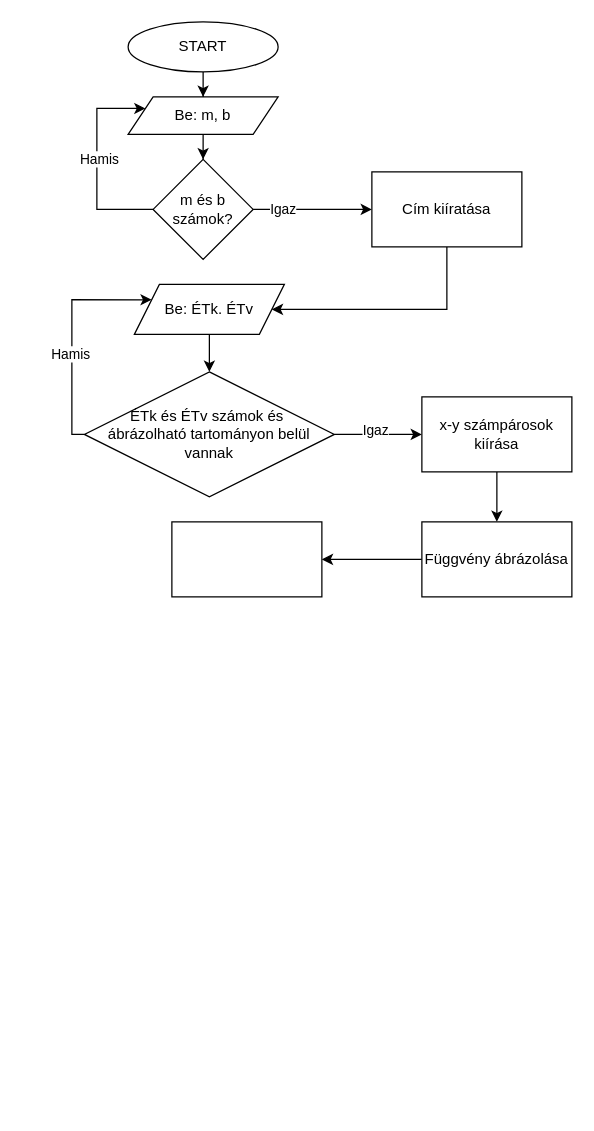
This is elsofoku.drawio from Szirmill/szirmill.github.io, a draw.io file, before an edit. Source tidied: cells renumbered, new cells numbered last; positions are measured from the earlier drawing's top-left corner, leaving out a move shared by most shapes. Both pictures are drawn from the tidied source at 125%, with x=0, y=0 at pixel (71, 21).
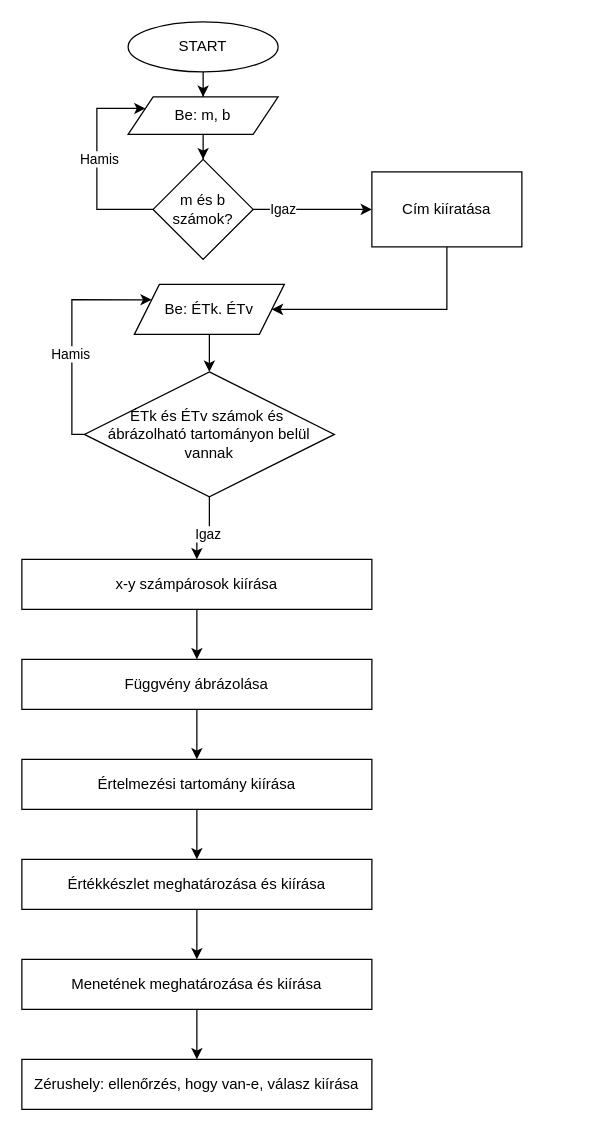
The same diagram, later.

What changed in the source:
```diff
@@
     <mxCell id="19" value="x-y számpárosok kiírása" style="whiteSpace=wrap;html=1;" parent="1" vertex="1">
-      <mxGeometry x="280" y="300" width="120" height="60" as="geometry" />
+      <mxGeometry x="-40" y="430" width="280" height="40" as="geometry" />
     </mxCell>
@@
     <mxCell id="23" value="Függvény ábrázolása" style="whiteSpace=wrap;html=1;" parent="1" vertex="1">
-      <mxGeometry x="280" y="400" width="120" height="60" as="geometry" />
+      <mxGeometry x="-40" y="510" width="280" height="40" as="geometry" />
     </mxCell>
+    <mxCell id="25" style="edgeStyle=orthogonalEdgeStyle;rounded=0;jettySize=auto;html=1;" parent="1" edge="1" source="24" target="27">
+      <mxGeometry relative="1" as="geometry" />
+    </mxCell>
-    <mxCell id="24" style="whiteSpace=wrap;html=1;" parent="1" vertex="1">
-      <mxGeometry x="80" y="400" width="120" height="60" as="geometry" />
+    <mxCell id="24" value="Értelmezési tartomány kiírása" style="whiteSpace=wrap;html=1;" parent="1" vertex="1">
+      <mxGeometry x="-40" y="590" width="280" height="40" as="geometry" />
     </mxCell>
+    <mxCell id="26" style="edgeStyle=orthogonalEdgeStyle;rounded=0;jettySize=auto;html=1;" parent="1" edge="1" source="27" target="29">
+      <mxGeometry relative="1" as="geometry" />
+    </mxCell>
+    <mxCell id="27" value="Értékkészlet meghatározása és kiírása" style="whiteSpace=wrap;html=1;" parent="1" vertex="1">
+      <mxGeometry x="-40" y="670" width="280" height="40" as="geometry" />
+    </mxCell>
+    <mxCell id="28" style="edgeStyle=orthogonalEdgeStyle;rounded=0;jettySize=auto;html=1;" parent="1" edge="1" source="29" target="30">
+      <mxGeometry relative="1" as="geometry" />
+    </mxCell>
+    <mxCell id="29" value="Menetének meghatározása és kiírása" style="whiteSpace=wrap;html=1;" parent="1" vertex="1">
+      <mxGeometry x="-40" y="750" width="280" height="40" as="geometry" />
+    </mxCell>
+    <mxCell id="30" value="Zérushely: ellenőrzés, hogy van-e, válasz kiírása" style="whiteSpace=wrap;html=1;" parent="1" vertex="1">
+      <mxGeometry x="-40" y="830" width="280" height="40" as="geometry" />
+    </mxCell>
```
